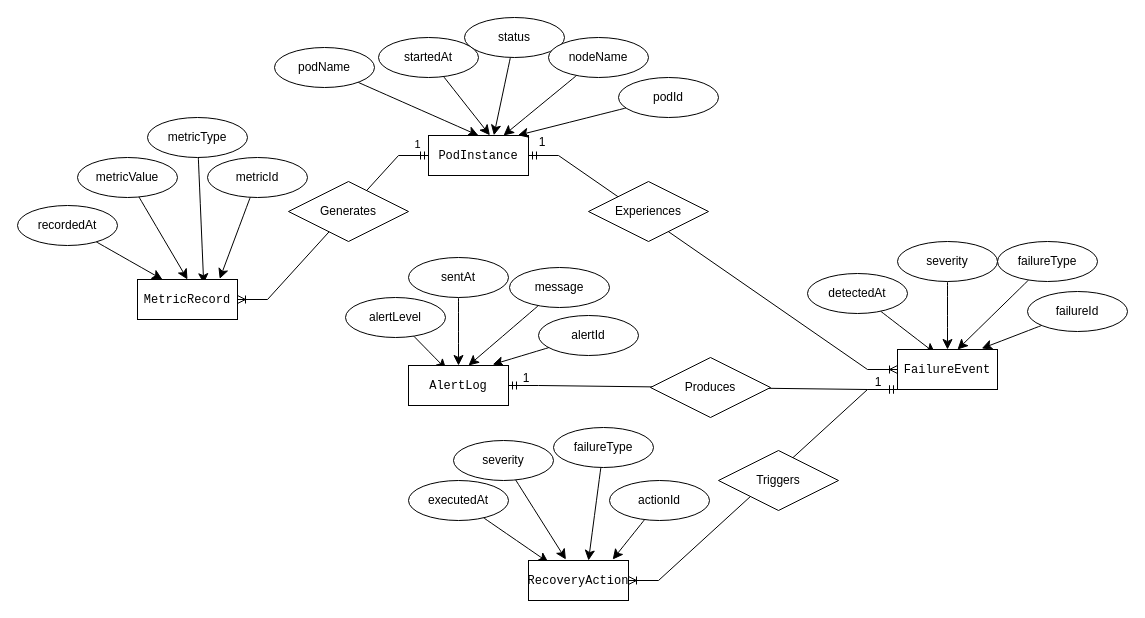
Before: page "Copy of Page-1" (2 of 3) of ER Diagram.drawio in mukund58/Self-Healing-System, a draw.io diagram. Source tidied: cells renumbered, new cells numbered last; positions are measured from the earlier drawing's top-left corner, leaving out a move shared by most shapes. Both pictures are drawn from the tidied source at 100%, with x=0, y=0 at pixel (17, 17).
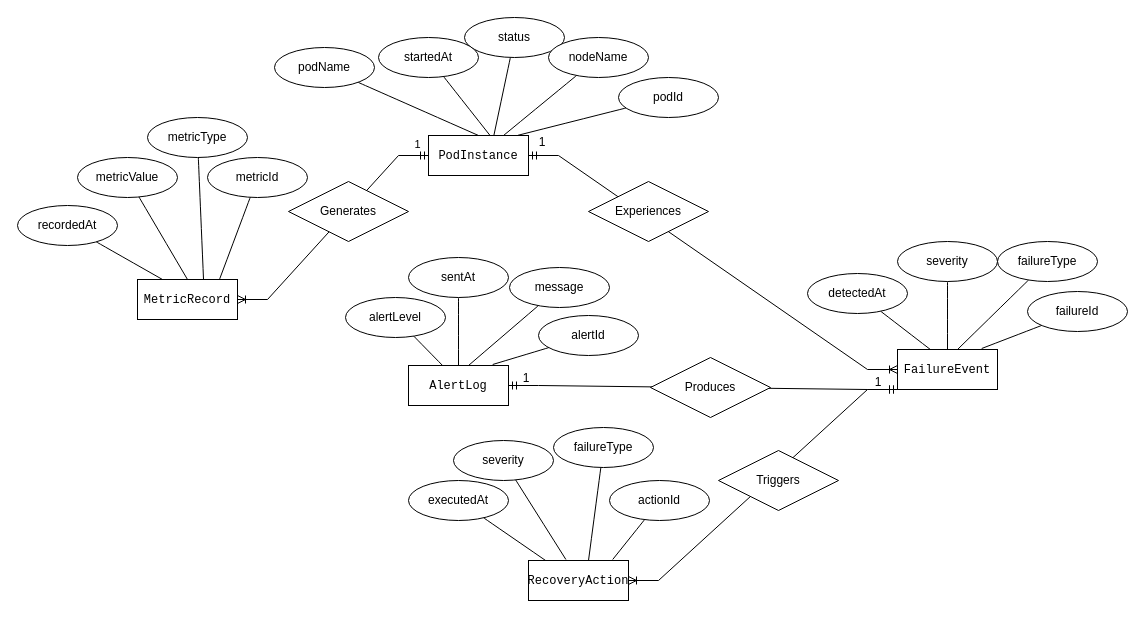
Above is the later version.

Commit message:
CHNAGE ARROW

The change refers to these unchanged cells:
```xml
<mxCell id="10" value="&lt;span style=&quot;font-family: monospace;&quot;&gt;PodInstance&lt;/span&gt;" style="whiteSpace=wrap;html=1;align=center;" parent="1" vertex="1">
<mxCell id="11" value="&lt;div&gt;podId&lt;/div&gt;" style="ellipse;whiteSpace=wrap;html=1;align=center;" parent="1" vertex="1">
<mxCell id="14" value="&lt;div&gt;podName&lt;/div&gt;" style="ellipse;whiteSpace=wrap;html=1;align=center;" parent="1" vertex="1">
<mxCell id="16" value="&lt;span style=&quot;text-align: left;&quot;&gt;status&lt;/span&gt;" style="ellipse;whiteSpace=wrap;html=1;align=center;" parent="1" vertex="1">
<mxCell id="17" value="&lt;span style=&quot;text-align: left;&quot;&gt;nodeName&lt;/span&gt;" style="ellipse;whiteSpace=wrap;html=1;align=center;" parent="1" vertex="1">
<mxCell id="19" value="&lt;span style=&quot;text-align: left;&quot;&gt;startedAt&lt;/span&gt;" style="ellipse;whiteSpace=wrap;html=1;align=center;" parent="1" vertex="1">
<mxCell id="21" value="&lt;span style=&quot;text-align: left;&quot;&gt;alertId&lt;/span&gt;" style="ellipse;whiteSpace=wrap;html=1;align=center;" parent="1" vertex="1">
<mxCell id="23" value="&lt;span style=&quot;text-align: left;&quot;&gt;message&lt;/span&gt;" style="ellipse;whiteSpace=wrap;html=1;align=center;" parent="1" vertex="1">
<mxCell id="25" value="&lt;span style=&quot;text-align: left;&quot;&gt;alertLevel&lt;/span&gt;" style="ellipse;whiteSpace=wrap;html=1;align=center;" parent="1" vertex="1">
<mxCell id="27" value="&lt;span style=&quot;font-family: monospace;&quot;&gt;AlertLog&lt;/span&gt;" style="whiteSpace=wrap;html=1;align=center;" parent="1" vertex="1">
<mxCell id="29" value="&lt;span style=&quot;text-align: left;&quot;&gt;sentAt&lt;/span&gt;" style="ellipse;whiteSpace=wrap;html=1;align=center;" parent="1" vertex="1">
<mxCell id="30" value="&lt;span style=&quot;text-align: left;&quot;&gt;failureId&lt;/span&gt;" style="ellipse;whiteSpace=wrap;html=1;align=center;" parent="1" vertex="1">
<mxCell id="32" value="&lt;span style=&quot;text-align: left;&quot;&gt;failureType&lt;/span&gt;" style="ellipse;whiteSpace=wrap;html=1;align=center;" parent="1" vertex="1">
<mxCell id="35" value="&lt;span style=&quot;font-family: monospace;&quot;&gt;FailureEvent&lt;/span&gt;" style="whiteSpace=wrap;html=1;align=center;" parent="1" vertex="1">
<mxCell id="37" value="&lt;span style=&quot;text-align: left;&quot;&gt;severity&lt;/span&gt;" style="ellipse;whiteSpace=wrap;html=1;align=center;" parent="1" vertex="1">
<mxCell id="38" value="&lt;span style=&quot;text-align: left;&quot;&gt;detectedAt&lt;/span&gt;" style="ellipse;whiteSpace=wrap;html=1;align=center;" parent="1" vertex="1">
<mxCell id="39" value="&lt;span style=&quot;text-align: left;&quot;&gt;actionId&lt;/span&gt;" style="ellipse;whiteSpace=wrap;html=1;align=center;" parent="1" vertex="1">
<mxCell id="41" value="&lt;span style=&quot;text-align: left;&quot;&gt;failureType&lt;/span&gt;" style="ellipse;whiteSpace=wrap;html=1;align=center;" parent="1" vertex="1">
<mxCell id="44" value="&lt;span style=&quot;font-family: monospace;&quot;&gt;RecoveryAction&lt;/span&gt;" style="whiteSpace=wrap;html=1;align=center;" parent="1" vertex="1">
<mxCell id="46" value="&lt;span style=&quot;text-align: left;&quot;&gt;severity&lt;/span&gt;" style="ellipse;whiteSpace=wrap;html=1;align=center;" parent="1" vertex="1">
<mxCell id="47" value="&lt;span style=&quot;text-align: left;&quot;&gt;executedAt&lt;/span&gt;" style="ellipse;whiteSpace=wrap;html=1;align=center;" parent="1" vertex="1">
<mxCell id="48" value="&lt;div&gt;metricId&lt;/div&gt;" style="ellipse;whiteSpace=wrap;html=1;align=center;" parent="1" vertex="1">
<mxCell id="50" value="&lt;span style=&quot;text-align: left;&quot;&gt;metricType&lt;/span&gt;" style="ellipse;whiteSpace=wrap;html=1;align=center;" parent="1" vertex="1">
<mxCell id="53" value="&lt;span style=&quot;font-family: monospace;&quot;&gt;MetricRecord&lt;/span&gt;" style="whiteSpace=wrap;html=1;align=center;" parent="1" vertex="1">
<mxCell id="55" value="&lt;span style=&quot;text-align: left;&quot;&gt;metricValue&lt;/span&gt;" style="ellipse;whiteSpace=wrap;html=1;align=center;" parent="1" vertex="1">
<mxCell id="56" value="&lt;span style=&quot;text-align: left;&quot;&gt;recordedAt&lt;/span&gt;" style="ellipse;whiteSpace=wrap;html=1;align=center;" parent="1" vertex="1">
```

The edit, as a diff of the source:
```diff
@@
-    <mxCell id="12" style="edgeStyle=none;curved=1;rounded=0;jettySize=auto;html=1;fontSize=12;startSize=8;endSize=8;entryX=0.894;entryY=-0.005;entryDx=0;entryDy=0;entryPerimeter=0;" parent="1" edge="1" source="11" target="10">
+    <mxCell id="12" style="edgeStyle=none;curved=1;rounded=0;jettySize=auto;html=1;fontSize=12;startSize=8;endSize=8;entryX=0.894;entryY=-0.005;entryDx=0;entryDy=0;entryPerimeter=0;endArrow=none;endFill=0;" parent="1" edge="1" source="11" target="10">
       <mxGeometry relative="1" as="geometry" />
     </mxCell>
-    <mxCell id="13" style="edgeStyle=none;curved=1;rounded=0;jettySize=auto;html=1;entryX=0.5;entryY=0;entryDx=0;entryDy=0;fontSize=12;startSize=8;endSize=8;" parent="1" edge="1" source="14" target="10">
+    <mxCell id="13" style="edgeStyle=none;curved=1;rounded=0;jettySize=auto;html=1;entryX=0.5;entryY=0;entryDx=0;entryDy=0;fontSize=12;startSize=8;endSize=8;endArrow=none;endFill=0;" parent="1" edge="1" source="14" target="10">
       <mxGeometry relative="1" as="geometry" />
     </mxCell>
@@
-    <mxCell id="15" style="edgeStyle=none;curved=1;rounded=0;jettySize=auto;html=1;entryX=0.654;entryY=-0.005;entryDx=0;entryDy=0;fontSize=12;startSize=8;endSize=8;entryPerimeter=0;" parent="1" edge="1" source="16" target="10">
+    <mxCell id="15" style="edgeStyle=none;curved=1;rounded=0;jettySize=auto;html=1;entryX=0.654;entryY=-0.005;entryDx=0;entryDy=0;fontSize=12;startSize=8;endSize=8;entryPerimeter=0;endArrow=none;endFill=0;" parent="1" edge="1" source="16" target="10">
       <mxGeometry relative="1" as="geometry" />
     </mxCell>
@@
-    <mxCell id="18" style="edgeStyle=none;curved=1;rounded=0;jettySize=auto;html=1;entryX=0.75;entryY=0;entryDx=0;entryDy=0;fontSize=12;startSize=8;endSize=8;" parent="1" edge="1" source="17" target="10">
+    <mxCell id="18" style="edgeStyle=none;curved=1;rounded=0;jettySize=auto;html=1;entryX=0.75;entryY=0;entryDx=0;entryDy=0;fontSize=12;startSize=8;endSize=8;endArrow=none;endFill=0;" parent="1" edge="1" source="17" target="10">
       <mxGeometry relative="1" as="geometry" />
     </mxCell>
@@
-    <mxCell id="20" style="edgeStyle=none;curved=1;rounded=0;jettySize=auto;html=1;entryX=0.614;entryY=-0.005;entryDx=0;entryDy=0;entryPerimeter=0;fontSize=12;startSize=8;endSize=8;" parent="1" edge="1" source="19" target="10">
+    <mxCell id="20" style="edgeStyle=none;curved=1;rounded=0;jettySize=auto;html=1;entryX=0.614;entryY=-0.005;entryDx=0;entryDy=0;entryPerimeter=0;fontSize=12;startSize=8;endSize=8;endArrow=none;endFill=0;" parent="1" edge="1" source="19" target="10">
       <mxGeometry relative="1" as="geometry" />
     </mxCell>
@@
-    <mxCell id="22" style="edgeStyle=none;curved=1;rounded=0;jettySize=auto;html=1;fontSize=12;startSize=8;endSize=8;entryX=0.842;entryY=-0.025;entryDx=0;entryDy=0;entryPerimeter=0;" parent="1" edge="1" source="21" target="27">
+    <mxCell id="22" style="edgeStyle=none;curved=1;rounded=0;jettySize=auto;html=1;fontSize=12;startSize=8;endSize=8;entryX=0.842;entryY=-0.025;entryDx=0;entryDy=0;entryPerimeter=0;endArrow=none;endFill=0;" parent="1" edge="1" source="21" target="27">
       <mxGeometry relative="1" as="geometry" />
     </mxCell>
@@
-    <mxCell id="24" style="edgeStyle=none;curved=1;rounded=0;jettySize=auto;html=1;fontSize=12;startSize=8;endSize=8;entryX=0.6;entryY=0;entryDx=0;entryDy=0;entryPerimeter=0;" parent="1" edge="1" source="23" target="27">
+    <mxCell id="24" style="edgeStyle=none;curved=1;rounded=0;jettySize=auto;html=1;fontSize=12;startSize=8;endSize=8;entryX=0.6;entryY=0;entryDx=0;entryDy=0;entryPerimeter=0;endArrow=none;endFill=0;" parent="1" edge="1" source="23" target="27">
       <mxGeometry relative="1" as="geometry" />
     </mxCell>
@@
-    <mxCell id="26" style="edgeStyle=none;curved=1;rounded=0;jettySize=auto;html=1;entryX=0.378;entryY=0.095;entryDx=0;entryDy=0;entryPerimeter=0;fontSize=12;startSize=8;endSize=8;" parent="1" edge="1" source="25" target="27">
+    <mxCell id="26" style="edgeStyle=none;curved=1;rounded=0;jettySize=auto;html=1;entryX=0.378;entryY=0.095;entryDx=0;entryDy=0;entryPerimeter=0;fontSize=12;startSize=8;endSize=8;endArrow=none;endFill=0;" parent="1" edge="1" source="25" target="27">
       <mxGeometry relative="1" as="geometry" />
     </mxCell>
@@
-    <mxCell id="28" style="edgeStyle=none;curved=1;rounded=0;jettySize=auto;html=1;entryX=0.5;entryY=0;entryDx=0;entryDy=0;fontSize=12;startSize=8;endSize=8;" parent="1" edge="1" source="29" target="27">
+    <mxCell id="28" style="edgeStyle=none;curved=1;rounded=0;jettySize=auto;html=1;entryX=0.5;entryY=0;entryDx=0;entryDy=0;fontSize=12;startSize=8;endSize=8;endArrow=none;endFill=0;" parent="1" edge="1" source="29" target="27">
       <mxGeometry relative="1" as="geometry" />
     </mxCell>
@@
-    <mxCell id="31" style="edgeStyle=none;curved=1;rounded=0;jettySize=auto;html=1;fontSize=12;startSize=8;endSize=8;entryX=0.842;entryY=-0.025;entryDx=0;entryDy=0;entryPerimeter=0;" parent="1" edge="1" source="30" target="35">
+    <mxCell id="31" style="edgeStyle=none;curved=1;rounded=0;jettySize=auto;html=1;fontSize=12;startSize=8;endSize=8;entryX=0.842;entryY=-0.025;entryDx=0;entryDy=0;entryPerimeter=0;endArrow=none;endFill=0;" parent="1" edge="1" source="30" target="35">
       <mxGeometry relative="1" as="geometry" />
     </mxCell>
@@
-    <mxCell id="33" style="edgeStyle=none;curved=1;rounded=0;jettySize=auto;html=1;fontSize=12;startSize=8;endSize=8;entryX=0.6;entryY=0;entryDx=0;entryDy=0;entryPerimeter=0;" parent="1" edge="1" source="32" target="35">
+    <mxCell id="33" style="edgeStyle=none;curved=1;rounded=0;jettySize=auto;html=1;fontSize=12;startSize=8;endSize=8;entryX=0.6;entryY=0;entryDx=0;entryDy=0;entryPerimeter=0;endArrow=none;endFill=0;" parent="1" edge="1" source="32" target="35">
       <mxGeometry relative="1" as="geometry" />
     </mxCell>
-    <mxCell id="34" style="edgeStyle=none;curved=1;rounded=0;jettySize=auto;html=1;entryX=0.378;entryY=0.095;entryDx=0;entryDy=0;entryPerimeter=0;fontSize=12;startSize=8;endSize=8;" parent="1" edge="1" source="38" target="35">
+    <mxCell id="34" style="edgeStyle=none;curved=1;rounded=0;jettySize=auto;html=1;entryX=0.378;entryY=0.095;entryDx=0;entryDy=0;entryPerimeter=0;fontSize=12;startSize=8;endSize=8;endArrow=none;endFill=0;" parent="1" edge="1" source="38" target="35">
       <mxGeometry relative="1" as="geometry" />
     </mxCell>
@@
-    <mxCell id="36" style="edgeStyle=none;curved=1;rounded=0;jettySize=auto;html=1;entryX=0.5;entryY=0;entryDx=0;entryDy=0;fontSize=12;startSize=8;endSize=8;" parent="1" edge="1" source="37" target="35">
+    <mxCell id="36" style="edgeStyle=none;curved=1;rounded=0;jettySize=auto;html=1;entryX=0.5;entryY=0;entryDx=0;entryDy=0;fontSize=12;startSize=8;endSize=8;endArrow=none;endFill=0;" parent="1" edge="1" source="37" target="35">
       <mxGeometry relative="1" as="geometry" />
     </mxCell>
@@
-    <mxCell id="40" style="edgeStyle=none;curved=1;rounded=0;jettySize=auto;html=1;fontSize=12;startSize=8;endSize=8;entryX=0.842;entryY=-0.025;entryDx=0;entryDy=0;entryPerimeter=0;" parent="1" edge="1" source="39" target="44">
+    <mxCell id="40" style="edgeStyle=none;curved=1;rounded=0;jettySize=auto;html=1;fontSize=12;startSize=8;endSize=8;entryX=0.842;entryY=-0.025;entryDx=0;entryDy=0;entryPerimeter=0;endArrow=none;endFill=0;" parent="1" edge="1" source="39" target="44">
       <mxGeometry relative="1" as="geometry" />
     </mxCell>
@@
-    <mxCell id="42" style="edgeStyle=none;curved=1;rounded=0;jettySize=auto;html=1;fontSize=12;startSize=8;endSize=8;entryX=0.6;entryY=0;entryDx=0;entryDy=0;entryPerimeter=0;" parent="1" edge="1" source="41" target="44">
+    <mxCell id="42" style="edgeStyle=none;curved=1;rounded=0;jettySize=auto;html=1;fontSize=12;startSize=8;endSize=8;entryX=0.6;entryY=0;entryDx=0;entryDy=0;entryPerimeter=0;endArrow=none;endFill=0;" parent="1" edge="1" source="41" target="44">
       <mxGeometry relative="1" as="geometry" />
     </mxCell>
-    <mxCell id="43" style="edgeStyle=none;curved=1;rounded=0;jettySize=auto;html=1;entryX=0.2;entryY=0.05;entryDx=0;entryDy=0;fontSize=12;startSize=8;endSize=8;entryPerimeter=0;" parent="1" edge="1" source="47" target="44">
+    <mxCell id="43" style="edgeStyle=none;curved=1;rounded=0;jettySize=auto;html=1;entryX=0.2;entryY=0.05;entryDx=0;entryDy=0;fontSize=12;startSize=8;endSize=8;entryPerimeter=0;endArrow=none;endFill=0;" parent="1" edge="1" source="47" target="44">
       <mxGeometry relative="1" as="geometry" />
     </mxCell>
@@
-    <mxCell id="45" style="edgeStyle=none;curved=1;rounded=0;jettySize=auto;html=1;fontSize=12;startSize=8;endSize=8;entryX=0.374;entryY=-0.025;entryDx=0;entryDy=0;entryPerimeter=0;" parent="1" edge="1" source="46" target="44">
+    <mxCell id="45" style="edgeStyle=none;curved=1;rounded=0;jettySize=auto;html=1;fontSize=12;startSize=8;endSize=8;entryX=0.374;entryY=-0.025;entryDx=0;entryDy=0;entryPerimeter=0;endArrow=none;endFill=0;" parent="1" edge="1" source="46" target="44">
       <mxGeometry relative="1" as="geometry" />
     </mxCell>
@@
-    <mxCell id="49" style="edgeStyle=none;curved=1;rounded=0;jettySize=auto;html=1;fontSize=12;startSize=8;endSize=8;entryX=0.822;entryY=-0.015;entryDx=0;entryDy=0;entryPerimeter=0;" parent="1" edge="1" source="48" target="53">
+    <mxCell id="49" style="edgeStyle=none;curved=1;rounded=0;jettySize=auto;html=1;fontSize=12;startSize=8;endSize=8;entryX=0.822;entryY=-0.015;entryDx=0;entryDy=0;entryPerimeter=0;strokeColor=default;endArrow=none;endFill=0;" parent="1" edge="1" source="48" target="53">
       <mxGeometry relative="1" as="geometry" />
     </mxCell>
@@
-    <mxCell id="51" style="edgeStyle=none;curved=1;rounded=0;jettySize=auto;html=1;fontSize=12;startSize=8;endSize=8;entryX=0.662;entryY=0.105;entryDx=0;entryDy=0;entryPerimeter=0;" parent="1" edge="1" source="50" target="53">
+    <mxCell id="51" style="edgeStyle=none;curved=1;rounded=0;jettySize=auto;html=1;fontSize=12;startSize=8;endSize=8;entryX=0.662;entryY=0.105;entryDx=0;entryDy=0;entryPerimeter=0;endArrow=none;endFill=0;" parent="1" edge="1" source="50" target="53">
       <mxGeometry relative="1" as="geometry" />
     </mxCell>
-    <mxCell id="52" style="edgeStyle=none;curved=1;rounded=0;jettySize=auto;html=1;fontSize=12;startSize=8;endSize=8;entryX=0.25;entryY=0;entryDx=0;entryDy=0;" parent="1" edge="1" source="56" target="53">
+    <mxCell id="52" style="edgeStyle=none;curved=1;rounded=0;jettySize=auto;html=1;fontSize=12;startSize=8;endSize=8;entryX=0.25;entryY=0;entryDx=0;entryDy=0;endArrow=none;endFill=0;" parent="1" edge="1" source="56" target="53">
       <mxGeometry relative="1" as="geometry" />
     </mxCell>
@@
-    <mxCell id="54" style="edgeStyle=none;curved=1;rounded=0;jettySize=auto;html=1;entryX=0.5;entryY=0;entryDx=0;entryDy=0;fontSize=12;startSize=8;endSize=8;" parent="1" edge="1" source="55" target="53">
+    <mxCell id="54" style="edgeStyle=none;curved=1;rounded=0;jettySize=auto;html=1;entryX=0.5;entryY=0;entryDx=0;entryDy=0;fontSize=12;startSize=8;endSize=8;endArrow=none;endFill=0;" parent="1" edge="1" source="55" target="53">
       <mxGeometry relative="1" as="geometry" />
     </mxCell>
```
